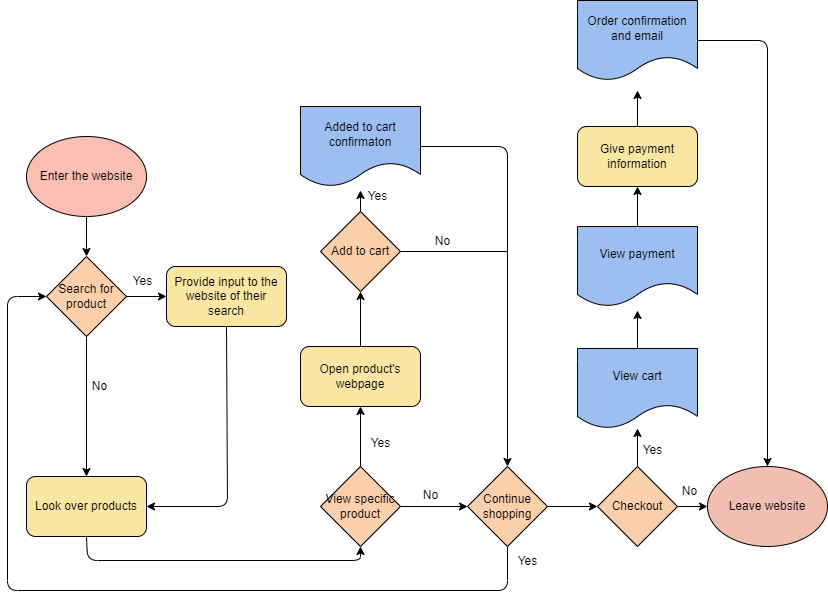
This is explore/diagramming/diagram.drawio.png from Syu125/fa22-cse110-lab4, a draw.io export, as it was before one commit. Source tidied: cells renumbered, new cells last; positions are measured from the earlier drawing's top-left corner, leaving out a move shared by most shapes. Its diagram source:
```xml
<mxGraphModel background="#FFFFFF">
  <root>
    <mxCell id="0" />
    <mxCell id="1" parent="0" />
    <mxCell id="2" value="Enter the website" style="ellipse;whiteSpace=wrap;html=1;fillColor=#FABEB2;strokeColor=#000000;fontColor=#000000;" parent="1" vertex="1">
      <mxGeometry x="19" y="136" width="120" height="80" as="geometry" />
    </mxCell>
    <mxCell id="3" style="edgeStyle=none;html=1;exitX=0.5;exitY=1;exitDx=0;exitDy=0;entryX=0.5;entryY=0;entryDx=0;entryDy=0;strokeColor=#000000;" parent="1" edge="1" source="5" target="10">
      <mxGeometry relative="1" as="geometry" />
    </mxCell>
    <mxCell id="4" style="edgeStyle=none;html=1;exitX=1;exitY=0.5;exitDx=0;exitDy=0;strokeColor=#000000;" parent="1" edge="1" source="5" target="8">
      <mxGeometry relative="1" as="geometry" />
    </mxCell>
    <mxCell id="5" value="Search for product" style="rhombus;whiteSpace=wrap;html=1;strokeColor=#000000;fillColor=#FACFAA;fontColor=#000000;" parent="1" vertex="1">
      <mxGeometry x="39" y="256" width="80" height="80" as="geometry" />
    </mxCell>
    <mxCell id="6" style="endArrow=classic;html=1;exitX=0.5;exitY=1;exitDx=0;exitDy=0;entryX=0.5;entryY=0;entryDx=0;entryDy=0;strokeColor=#000000;" parent="1" edge="1" source="2" target="5">
      <mxGeometry relative="1" as="geometry" />
    </mxCell>
    <mxCell id="7" style="edgeStyle=none;html=1;exitX=0.5;exitY=1;exitDx=0;exitDy=0;entryX=1;entryY=0.5;entryDx=0;entryDy=0;strokeColor=#000000;" parent="1" edge="1" source="8" target="10">
      <mxGeometry relative="1" as="geometry">
        <Array as="points">
          <mxPoint x="220" y="506" />
        </Array>
      </mxGeometry>
    </mxCell>
    <mxCell id="8" value="Provide input to the website of their search" style="rounded=1;whiteSpace=wrap;html=1;strokeColor=#000000;fillColor=#FAE6A3;fontColor=#000000;" parent="1" vertex="1">
      <mxGeometry x="159" y="266" width="120" height="60" as="geometry" />
    </mxCell>
    <mxCell id="9" style="edgeStyle=none;html=1;exitX=0.5;exitY=1;exitDx=0;exitDy=0;entryX=0.5;entryY=1;entryDx=0;entryDy=0;strokeColor=#000000;" parent="1" edge="1" source="10" target="13">
      <mxGeometry relative="1" as="geometry">
        <Array as="points">
          <mxPoint x="80" y="560" />
          <mxPoint x="353" y="560" />
        </Array>
      </mxGeometry>
    </mxCell>
    <mxCell id="10" value="Look over products" style="rounded=1;whiteSpace=wrap;html=1;strokeColor=#000000;fillColor=#FAE6A3;fontColor=#000000;" parent="1" vertex="1">
      <mxGeometry x="19" y="476" width="120" height="60" as="geometry" />
    </mxCell>
    <mxCell id="11" style="edgeStyle=none;html=1;exitX=0.5;exitY=0;exitDx=0;exitDy=0;entryX=0.5;entryY=1;entryDx=0;entryDy=0;strokeColor=#000000;" parent="1" edge="1" source="13" target="23">
      <mxGeometry relative="1" as="geometry" />
    </mxCell>
    <mxCell id="12" style="edgeStyle=none;html=1;exitX=1;exitY=0.5;exitDx=0;exitDy=0;entryX=0;entryY=0.5;entryDx=0;entryDy=0;strokeColor=#000000;" parent="1" edge="1" source="13" target="26">
      <mxGeometry relative="1" as="geometry" />
    </mxCell>
    <mxCell id="13" value="View specific product" style="rhombus;whiteSpace=wrap;html=1;strokeColor=#000000;fillColor=#FACFAA;fontColor=#000000;" parent="1" vertex="1">
      <mxGeometry x="313" y="466" width="80" height="80" as="geometry" />
    </mxCell>
    <mxCell id="14" value="No" style="text;html=1;align=center;verticalAlign=middle;strokeColor=none;fillColor=none;fontColor=#000000;" parent="1" vertex="1">
      <mxGeometry x="72" y="371" width="40" height="30" as="geometry" />
    </mxCell>
    <mxCell id="15" value="Yes" style="text;html=1;align=center;verticalAlign=middle;strokeColor=none;fillColor=none;fontColor=#000000;" parent="1" vertex="1">
      <mxGeometry x="353" y="428" width="40" height="30" as="geometry" />
    </mxCell>
    <mxCell id="16" value="No" style="text;html=1;align=center;verticalAlign=middle;strokeColor=none;fillColor=none;fontColor=#000000;" parent="1" vertex="1">
      <mxGeometry x="403" y="480" width="40" height="30" as="geometry" />
    </mxCell>
    <mxCell id="17" style="edgeStyle=none;html=1;exitX=0.5;exitY=0;exitDx=0;exitDy=0;entryX=0.075;entryY=0.3;entryDx=0;entryDy=0;entryPerimeter=0;strokeColor=#000000;" parent="1" edge="1" source="18" target="27">
      <mxGeometry relative="1" as="geometry" />
    </mxCell>
    <mxCell id="18" value="Add to cart" style="rhombus;whiteSpace=wrap;html=1;strokeColor=#000000;fillColor=#FACFAA;fontColor=#000000;" parent="1" vertex="1">
      <mxGeometry x="313" y="211" width="80" height="80" as="geometry" />
    </mxCell>
    <mxCell id="19" value="No" style="text;html=1;align=center;verticalAlign=middle;strokeColor=none;fillColor=none;fontColor=#000000;" parent="1" vertex="1">
      <mxGeometry x="415" y="226" width="40" height="30" as="geometry" />
    </mxCell>
    <mxCell id="20" style="edgeStyle=none;html=1;exitX=1;exitY=0.5;exitDx=0;exitDy=0;entryX=0.5;entryY=0;entryDx=0;entryDy=0;strokeColor=#000000;" parent="1" edge="1" source="21" target="26">
      <mxGeometry relative="1" as="geometry">
        <Array as="points">
          <mxPoint x="500" y="146" />
        </Array>
      </mxGeometry>
    </mxCell>
    <mxCell id="21" value="Added to cart confirmaton" style="shape=document;whiteSpace=wrap;html=1;boundedLbl=1;strokeColor=#000000;fillColor=#9CBEF0;fontColor=#000000;" parent="1" vertex="1">
      <mxGeometry x="293" y="106" width="120" height="80" as="geometry" />
    </mxCell>
    <mxCell id="22" style="edgeStyle=none;html=1;exitX=0.5;exitY=0;exitDx=0;exitDy=0;entryX=0.5;entryY=1;entryDx=0;entryDy=0;strokeColor=#000000;" parent="1" edge="1" source="23" target="18">
      <mxGeometry relative="1" as="geometry" />
    </mxCell>
    <mxCell id="23" value="Open product's webpage" style="rounded=1;whiteSpace=wrap;html=1;strokeColor=#000000;fillColor=#FAE6A3;fontColor=#000000;" parent="1" vertex="1">
      <mxGeometry x="293" y="346" width="120" height="60" as="geometry" />
    </mxCell>
    <mxCell id="24" style="edgeStyle=none;html=1;exitX=0.5;exitY=1;exitDx=0;exitDy=0;entryX=0;entryY=0.5;entryDx=0;entryDy=0;strokeColor=#000000;" parent="1" edge="1" source="26" target="5">
      <mxGeometry relative="1" as="geometry">
        <Array as="points">
          <mxPoint x="500" y="590" />
          <mxPoint y="590" />
          <mxPoint y="296" />
        </Array>
      </mxGeometry>
    </mxCell>
    <mxCell id="25" style="edgeStyle=none;html=1;exitX=1;exitY=0.5;exitDx=0;exitDy=0;entryX=0;entryY=0.5;entryDx=0;entryDy=0;strokeColor=#000000;" parent="1" edge="1" source="26" target="32">
      <mxGeometry relative="1" as="geometry" />
    </mxCell>
    <mxCell id="26" value="Continue shopping" style="rhombus;whiteSpace=wrap;html=1;strokeColor=#000000;fillColor=#FACFAA;fontColor=#000000;" parent="1" vertex="1">
      <mxGeometry x="460" y="466" width="80" height="80" as="geometry" />
    </mxCell>
    <mxCell id="27" value="Yes" style="text;html=1;align=center;verticalAlign=middle;points=[];strokeColor=none;fillColor=none;fontColor=#000000;" parent="1" vertex="1">
      <mxGeometry x="350" y="181" width="40" height="30" as="geometry" />
    </mxCell>
    <mxCell id="28" style="endArrow=none;html=1;exitX=1;exitY=0.5;exitDx=0;exitDy=0;strokeColor=#000000;" parent="1" edge="1" source="18">
      <mxGeometry relative="1" as="geometry">
        <mxPoint x="500" y="251" as="targetPoint" />
      </mxGeometry>
    </mxCell>
    <mxCell id="29" value="Yes" style="text;html=1;align=center;verticalAlign=middle;strokeColor=none;fillColor=none;fontColor=#000000;" parent="1" vertex="1">
      <mxGeometry x="500" y="546" width="40" height="30" as="geometry" />
    </mxCell>
    <mxCell id="30" style="edgeStyle=none;html=1;exitX=1;exitY=0.5;exitDx=0;exitDy=0;entryX=0;entryY=0.5;entryDx=0;entryDy=0;strokeColor=#000000;" parent="1" edge="1" source="32" target="33">
      <mxGeometry relative="1" as="geometry" />
    </mxCell>
    <mxCell id="31" style="edgeStyle=none;html=1;exitX=0.5;exitY=0;exitDx=0;exitDy=0;strokeColor=#000000;" parent="1" edge="1" source="32" target="35">
      <mxGeometry relative="1" as="geometry" />
    </mxCell>
    <mxCell id="32" value="Checkout" style="rhombus;whiteSpace=wrap;html=1;strokeColor=#000000;fillColor=#FACFAA;fontColor=#000000;" parent="1" vertex="1">
      <mxGeometry x="590" y="466" width="80" height="80" as="geometry" />
    </mxCell>
    <mxCell id="33" value="Leave website" style="ellipse;whiteSpace=wrap;html=1;strokeColor=#000000;fontColor=#000000;fillColor=#f3beb2;" parent="1" vertex="1">
      <mxGeometry x="700" y="466" width="120" height="80" as="geometry" />
    </mxCell>
    <mxCell id="34" style="edgeStyle=none;html=1;exitX=0.5;exitY=0;exitDx=0;exitDy=0;strokeColor=#000000;" parent="1" edge="1" source="35">
      <mxGeometry relative="1" as="geometry">
        <mxPoint x="630" y="310" as="targetPoint" />
      </mxGeometry>
    </mxCell>
    <mxCell id="35" value="View cart" style="shape=document;whiteSpace=wrap;html=1;boundedLbl=1;strokeColor=#000000;fillColor=#9CBEF0;fontColor=#000000;" parent="1" vertex="1">
      <mxGeometry x="570" y="348" width="120" height="80" as="geometry" />
    </mxCell>
    <mxCell id="36" style="edgeStyle=none;html=1;exitX=0.5;exitY=0;exitDx=0;exitDy=0;entryX=0.5;entryY=1;entryDx=0;entryDy=0;strokeColor=#000000;" parent="1" edge="1" source="37" target="39">
      <mxGeometry relative="1" as="geometry" />
    </mxCell>
    <mxCell id="37" value="View payment" style="shape=document;whiteSpace=wrap;html=1;boundedLbl=1;strokeColor=#000000;fillColor=#9CBEF0;fontColor=#000000;" parent="1" vertex="1">
      <mxGeometry x="570" y="226" width="120" height="80" as="geometry" />
    </mxCell>
    <mxCell id="38" style="edgeStyle=none;html=1;exitX=0.5;exitY=0;exitDx=0;exitDy=0;strokeColor=#000000;" parent="1" edge="1" source="39">
      <mxGeometry relative="1" as="geometry">
        <mxPoint x="630" y="90" as="targetPoint" />
      </mxGeometry>
    </mxCell>
    <mxCell id="39" value="Give payment information" style="rounded=1;whiteSpace=wrap;html=1;strokeColor=#000000;fillColor=#FAE6A3;fontColor=#000000;" parent="1" vertex="1">
      <mxGeometry x="570" y="126" width="120" height="60" as="geometry" />
    </mxCell>
    <mxCell id="40" style="edgeStyle=none;html=1;exitX=1;exitY=0.5;exitDx=0;exitDy=0;entryX=0.5;entryY=0;entryDx=0;entryDy=0;strokeColor=#000000;" parent="1" edge="1" source="41" target="33">
      <mxGeometry relative="1" as="geometry">
        <Array as="points">
          <mxPoint x="760" y="40" />
        </Array>
      </mxGeometry>
    </mxCell>
    <mxCell id="41" value="Order confirmation and email" style="shape=document;whiteSpace=wrap;html=1;boundedLbl=1;strokeColor=#000000;fillColor=#9CBEF0;fontColor=#000000;" parent="1" vertex="1">
      <mxGeometry x="570" width="120" height="80" as="geometry" />
    </mxCell>
    <mxCell id="42" value="Yes" style="text;html=1;align=center;verticalAlign=middle;strokeColor=none;fillColor=none;fontColor=#000000;" parent="1" vertex="1">
      <mxGeometry x="115" y="266" width="40" height="30" as="geometry" />
    </mxCell>
    <mxCell id="43" value="No" style="text;html=1;align=center;verticalAlign=middle;strokeColor=none;fillColor=none;fontColor=#000000;" parent="1" vertex="1">
      <mxGeometry x="662" y="476" width="40" height="30" as="geometry" />
    </mxCell>
    <mxCell id="44" value="Yes" style="text;html=1;align=center;verticalAlign=middle;strokeColor=none;fillColor=none;fontColor=#000000;" parent="1" vertex="1">
      <mxGeometry x="625" y="435" width="40" height="30" as="geometry" />
    </mxCell>
  </root>
</mxGraphModel>
```
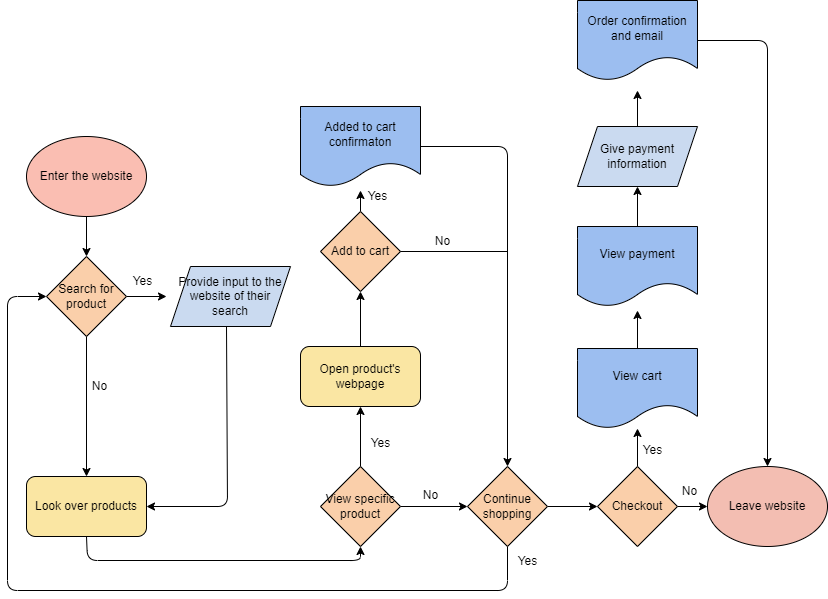
After the change.

The edit, as a diff of the source:
```diff
@@ -8,8 +8,10 @@
     <mxCell id="3" style="edgeStyle=none;html=1;exitX=0.5;exitY=1;exitDx=0;exitDy=0;entryX=0.5;entryY=0;entryDx=0;entryDy=0;strokeColor=#000000;" parent="1" edge="1" source="5" target="10">
       <mxGeometry relative="1" as="geometry" />
     </mxCell>
-    <mxCell id="4" style="edgeStyle=none;html=1;exitX=1;exitY=0.5;exitDx=0;exitDy=0;strokeColor=#000000;" parent="1" edge="1" source="5" target="8">
-      <mxGeometry relative="1" as="geometry" />
+    <mxCell id="4" style="edgeStyle=none;html=1;exitX=1;exitY=0.5;exitDx=0;exitDy=0;strokeColor=#000000;" parent="1" edge="1" source="5">
+      <mxGeometry relative="1" as="geometry">
+        <mxPoint x="159" y="296" as="targetPoint" />
+      </mxGeometry>
     </mxCell>
     <mxCell id="5" value="Search for product" style="rhombus;whiteSpace=wrap;html=1;strokeColor=#000000;fillColor=#FACFAA;fontColor=#000000;" parent="1" vertex="1">
       <mxGeometry x="39" y="256" width="80" height="80" as="geometry" />
@@ -17,16 +19,14 @@
     <mxCell id="6" style="endArrow=classic;html=1;exitX=0.5;exitY=1;exitDx=0;exitDy=0;entryX=0.5;entryY=0;entryDx=0;entryDy=0;strokeColor=#000000;" parent="1" edge="1" source="2" target="5">
       <mxGeometry relative="1" as="geometry" />
     </mxCell>
-    <mxCell id="7" style="edgeStyle=none;html=1;exitX=0.5;exitY=1;exitDx=0;exitDy=0;entryX=1;entryY=0.5;entryDx=0;entryDy=0;strokeColor=#000000;" parent="1" edge="1" source="8" target="10">
+    <mxCell id="7" style="edgeStyle=none;html=1;exitX=0.5;exitY=1;exitDx=0;exitDy=0;entryX=1;entryY=0.5;entryDx=0;entryDy=0;strokeColor=#000000;" parent="1" edge="1" target="10">
       <mxGeometry relative="1" as="geometry">
+        <mxPoint x="219" y="326" as="sourcePoint" />
         <Array as="points">
           <mxPoint x="220" y="506" />
         </Array>
       </mxGeometry>
     </mxCell>
-    <mxCell id="8" value="Provide input to the website of their search" style="rounded=1;whiteSpace=wrap;html=1;strokeColor=#000000;fillColor=#FAE6A3;fontColor=#000000;" parent="1" vertex="1">
-      <mxGeometry x="159" y="266" width="120" height="60" as="geometry" />
-    </mxCell>
     <mxCell id="9" style="edgeStyle=none;html=1;exitX=0.5;exitY=1;exitDx=0;exitDy=0;entryX=0.5;entryY=1;entryDx=0;entryDy=0;strokeColor=#000000;" parent="1" edge="1" source="10" target="13">
       <mxGeometry relative="1" as="geometry">
         <Array as="points">
@@ -127,20 +127,20 @@
     <mxCell id="35" value="View cart" style="shape=document;whiteSpace=wrap;html=1;boundedLbl=1;strokeColor=#000000;fillColor=#9CBEF0;fontColor=#000000;" parent="1" vertex="1">
       <mxGeometry x="570" y="348" width="120" height="80" as="geometry" />
     </mxCell>
-    <mxCell id="36" style="edgeStyle=none;html=1;exitX=0.5;exitY=0;exitDx=0;exitDy=0;entryX=0.5;entryY=1;entryDx=0;entryDy=0;strokeColor=#000000;" parent="1" edge="1" source="37" target="39">
-      <mxGeometry relative="1" as="geometry" />
+    <mxCell id="36" style="edgeStyle=none;html=1;exitX=0.5;exitY=0;exitDx=0;exitDy=0;entryX=0.5;entryY=1;entryDx=0;entryDy=0;strokeColor=#000000;" parent="1" edge="1" source="37">
+      <mxGeometry relative="1" as="geometry">
+        <mxPoint x="630" y="186" as="targetPoint" />
+      </mxGeometry>
     </mxCell>
     <mxCell id="37" value="View payment" style="shape=document;whiteSpace=wrap;html=1;boundedLbl=1;strokeColor=#000000;fillColor=#9CBEF0;fontColor=#000000;" parent="1" vertex="1">
       <mxGeometry x="570" y="226" width="120" height="80" as="geometry" />
     </mxCell>
-    <mxCell id="38" style="edgeStyle=none;html=1;exitX=0.5;exitY=0;exitDx=0;exitDy=0;strokeColor=#000000;" parent="1" edge="1" source="39">
+    <mxCell id="38" style="edgeStyle=none;html=1;exitX=0.5;exitY=0;exitDx=0;exitDy=0;strokeColor=#000000;" parent="1" edge="1">
       <mxGeometry relative="1" as="geometry">
+        <mxPoint x="630" y="126" as="sourcePoint" />
         <mxPoint x="630" y="90" as="targetPoint" />
       </mxGeometry>
     </mxCell>
-    <mxCell id="39" value="Give payment information" style="rounded=1;whiteSpace=wrap;html=1;strokeColor=#000000;fillColor=#FAE6A3;fontColor=#000000;" parent="1" vertex="1">
-      <mxGeometry x="570" y="126" width="120" height="60" as="geometry" />
-    </mxCell>
     <mxCell id="40" style="edgeStyle=none;html=1;exitX=1;exitY=0.5;exitDx=0;exitDy=0;entryX=0.5;entryY=0;entryDx=0;entryDy=0;strokeColor=#000000;" parent="1" edge="1" source="41" target="33">
       <mxGeometry relative="1" as="geometry">
         <Array as="points">
@@ -160,5 +160,11 @@
     <mxCell id="44" value="Yes" style="text;html=1;align=center;verticalAlign=middle;strokeColor=none;fillColor=none;fontColor=#000000;" parent="1" vertex="1">
       <mxGeometry x="625" y="435" width="40" height="30" as="geometry" />
     </mxCell>
+    <mxCell id="8" value="&lt;span style=&quot;color: rgb(0, 0, 0);&quot;&gt;Provide input to the website of their search&lt;/span&gt;" style="shape=parallelogram;perimeter=parallelogramPerimeter;whiteSpace=wrap;html=1;fixedSize=1;fillColor=#CADAF0;strokeColor=#000000;" parent="1" vertex="1">
+      <mxGeometry x="163" y="266" width="120" height="60" as="geometry" />
+    </mxCell>
+    <mxCell id="39" value="&lt;span style=&quot;color: rgb(0, 0, 0);&quot;&gt;Give payment information&lt;/span&gt;" style="shape=parallelogram;perimeter=parallelogramPerimeter;whiteSpace=wrap;html=1;fixedSize=1;fillColor=#CADAF0;strokeColor=#000000;" parent="1" vertex="1">
+      <mxGeometry x="570" y="126" width="120" height="60" as="geometry" />
+    </mxCell>
   </root>
 </mxGraphModel>
```
